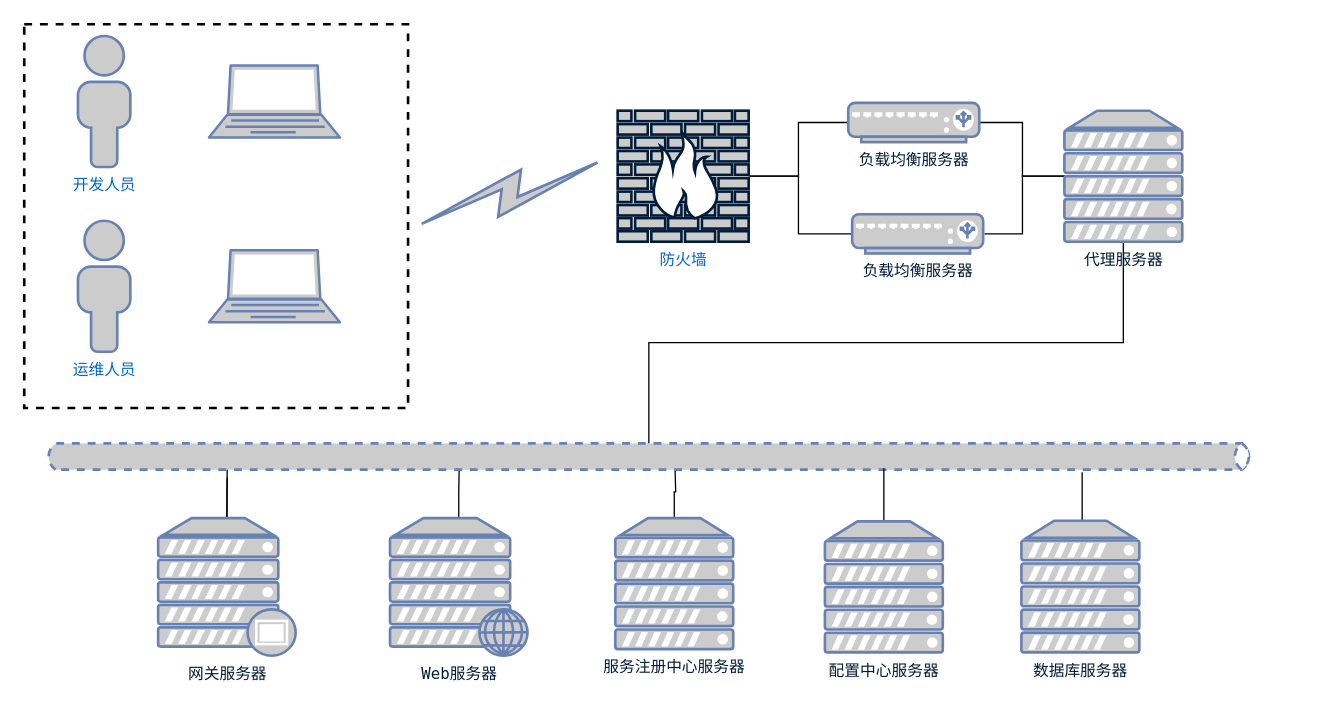
The draw.io diagram page "network" (13 of 13) of Untitled Diagram.drawio in WWj5921/ConfigCenter, before the edit. Source tidied: cells renumbered, new cells numbered last; positions are measured from the earlier drawing's top-left corner, leaving out a move shared by most shapes. Both pictures are drawn from the tidied source at 131%, with x=0, y=0 at pixel (24, 24).
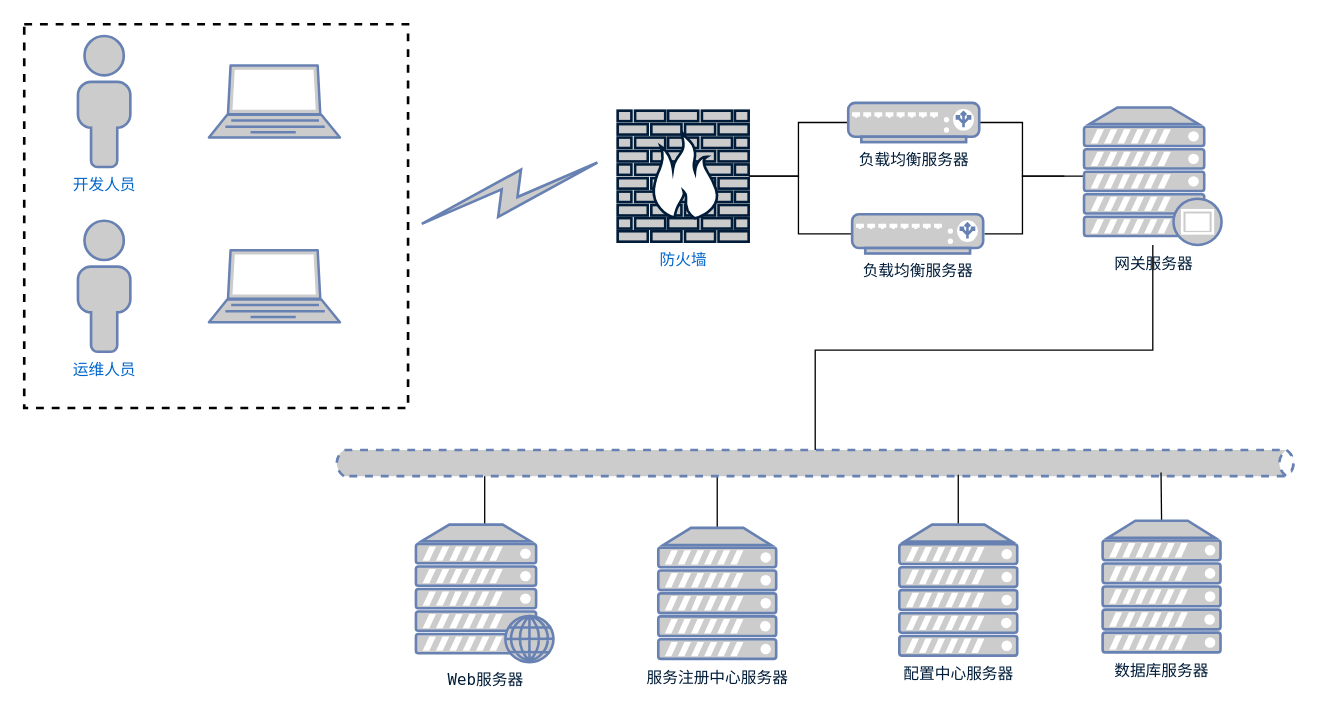
After the change.

The change refers to these unchanged cells:
```xml
<mxCell id="13" value="负载均衡服务器" style="fontColor=#001C38;verticalAlign=top;verticalLabelPosition=bottom;labelPosition=center;align=center;html=1;outlineConnect=0;fillColor=#CCCCCC;strokeColor=#6881B3;gradientColor=none;gradientDirection=north;strokeWidth=2;shape=mxgraph.networks.load_balancer;rounded=0;fontFamily=Lucida Console;" parent="1" vertex="1">
  <mxGeometry x="629" y="60" width="100" height="30" as="geometry" />
</mxCell>
```

The edit, as a diff of the source:
```diff
@@
-    <mxCell id="4" style="edgeStyle=orthogonalEdgeStyle;rounded=0;orthogonalLoop=1;jettySize=auto;html=1;exitX=0.5;exitY=0;exitDx=0;exitDy=0;exitPerimeter=0;fontFamily=Lucida Console;fontColor=#001C38;endArrow=none;endFill=0;strokeWidth=1;" parent="1" edge="1">
-      <mxGeometry relative="1" as="geometry">
-        <mxPoint x="516.2" y="377" as="sourcePoint" />
-        <mxPoint x="496.8" y="339" as="targetPoint" />
-      </mxGeometry>
-    </mxCell>
+    <mxCell id="29" style="edgeStyle=none;rounded=0;jettySize=auto;html=1;exitX=0.5;exitY=0;exitDx=0;exitDy=0;exitPerimeter=0;fontSize=18;endArrow=none;endFill=0;endSize=6;strokeWidth=1;" parent="1" edge="1" source="5" target="24">
+      <mxGeometry relative="1" as="geometry" />
+    </mxCell>
     <mxCell id="5" value="服务注册中心服务器" style="fontColor=#001C38;verticalAlign=top;verticalLabelPosition=bottom;labelPosition=center;align=center;html=1;outlineConnect=0;fillColor=#CCCCCC;strokeColor=#6881B3;gradientColor=none;gradientDirection=north;strokeWidth=2;shape=mxgraph.networks.server;rounded=0;fontFamily=Lucida Console;" parent="1" vertex="1">
-      <mxGeometry x="451.2" y="377" width="90" height="100" as="geometry" />
+      <mxGeometry x="484" y="384.5" width="90" height="100" as="geometry" />
     </mxCell>
-    <mxCell id="6" style="edgeStyle=orthogonalEdgeStyle;rounded=0;jettySize=auto;html=1;fontFamily=Lucida Console;fontColor=#001C38;endArrow=none;endFill=0;strokeWidth=1;entryX=0.343;entryY=0.7;entryDx=0;entryDy=0;entryPerimeter=0;" parent="1" edge="1" source="7" target="24">
+    <mxCell id="6" style="rounded=0;jettySize=auto;html=1;exitX=0.5;exitY=0;exitDx=0;exitDy=0;exitPerimeter=0;fontSize=18;endArrow=none;endFill=0;endSize=6;strokeWidth=1;" parent="1" edge="1" source="7" target="24">
       <mxGeometry relative="1" as="geometry" />
     </mxCell>
     <mxCell id="7" value="&lt;font color=&quot;#001c38&quot;&gt;Web服务器&lt;/font&gt;" style="fontColor=#0066CC;verticalAlign=top;verticalLabelPosition=bottom;labelPosition=center;align=center;html=1;outlineConnect=0;fillColor=#CCCCCC;strokeColor=#6881B3;gradientColor=none;gradientDirection=north;strokeWidth=2;shape=mxgraph.networks.web_server;rounded=0;fontFamily=Lucida Console;" parent="1" vertex="1">
-      <mxGeometry x="279.2" y="377" width="105" height="105" as="geometry" />
+      <mxGeometry x="299" y="382" width="105" height="105" as="geometry" />
     </mxCell>
-    <mxCell id="8" style="edgeStyle=orthogonalEdgeStyle;rounded=0;jettySize=auto;html=1;exitX=0;exitY=0.5;exitDx=0;exitDy=0;exitPerimeter=0;entryX=1;entryY=0.5;entryDx=0;entryDy=0;entryPerimeter=0;fontFamily=Lucida Console;fontColor=#001C38;endArrow=none;endFill=0;strokeWidth=1;" parent="1" edge="1" source="11" target="13">
+    <mxCell id="8" style="edgeStyle=orthogonalEdgeStyle;rounded=0;jettySize=auto;html=1;exitX=0;exitY=0.5;exitDx=0;exitDy=0;exitPerimeter=0;entryX=1;entryY=0.5;entryDx=0;entryDy=0;entryPerimeter=0;fontFamily=Lucida Console;fontColor=#001C38;endArrow=none;endFill=0;strokeWidth=1;" parent="1" edge="1" target="13">
       <mxGeometry relative="1" as="geometry">
+        <mxPoint x="794" y="116" as="sourcePoint" />
         <Array as="points">
           <mxPoint x="762" y="116" />
           <mxPoint x="762" y="75" />
         </Array>
       </mxGeometry>
     </mxCell>
-    <mxCell id="9" style="edgeStyle=orthogonalEdgeStyle;rounded=0;orthogonalLoop=1;jettySize=auto;html=1;exitX=0;exitY=0.5;exitDx=0;exitDy=0;exitPerimeter=0;entryX=1;entryY=0.5;entryDx=0;entryDy=0;entryPerimeter=0;fontFamily=Lucida Console;fontColor=#001C38;endArrow=none;endFill=0;strokeWidth=1;" parent="1" edge="1">
+    <mxCell id="9" style="edgeStyle=orthogonalEdgeStyle;rounded=0;jettySize=auto;html=1;exitX=0;exitY=0.5;exitDx=0;exitDy=0;exitPerimeter=0;entryX=1;entryY=0.5;entryDx=0;entryDy=0;entryPerimeter=0;fontFamily=Lucida Console;fontColor=#001C38;endArrow=none;endFill=0;strokeWidth=1;" parent="1" edge="1" source="16">
       <mxGeometry relative="1" as="geometry">
-        <mxPoint x="795" y="116" as="sourcePoint" />
         <mxPoint x="733" y="160" as="targetPoint" />
         <Array as="points">
           <mxPoint x="762" y="116" />
           <mxPoint x="762" y="160" />
         </Array>
       </mxGeometry>
     </mxCell>
-    <mxCell id="10" style="edgeStyle=orthogonalEdgeStyle;rounded=0;jettySize=auto;html=1;fontFamily=Lucida Console;fontColor=#001C38;endArrow=none;endFill=0;strokeWidth=1;" parent="1" edge="1" source="11" target="24">
-      <mxGeometry relative="1" as="geometry" />
-    </mxCell>
-    <mxCell id="11" value="&lt;font color=&quot;#001c38&quot;&gt;代理服务器&lt;/font&gt;" style="fontColor=#0066CC;verticalAlign=top;verticalLabelPosition=bottom;labelPosition=center;align=center;html=1;outlineConnect=0;fillColor=#CCCCCC;strokeColor=#6881B3;gradientColor=none;gradientDirection=north;strokeWidth=2;shape=mxgraph.networks.server;rounded=0;fontFamily=Lucida Console;" parent="1" vertex="1">
-      <mxGeometry x="794" y="66" width="90" height="100" as="geometry" />
-    </mxCell>
@@
-    <mxCell id="14" style="edgeStyle=orthogonalEdgeStyle;rounded=0;jettySize=auto;html=1;exitX=0.5;exitY=0;exitDx=0;exitDy=0;exitPerimeter=0;fontFamily=Lucida Console;fontColor=#001C38;endArrow=none;endFill=0;strokeWidth=1;" parent="1" edge="1" source="16">
-      <mxGeometry relative="1" as="geometry">
-        <mxPoint x="155" y="346" as="targetPoint" />
-      </mxGeometry>
-    </mxCell>
-    <mxCell id="15" style="edgeStyle=orthogonalEdgeStyle;rounded=0;jettySize=auto;html=1;entryX=0.151;entryY=0.3;entryDx=0;entryDy=0;entryPerimeter=0;fontFamily=Lucida Console;fontColor=#001C38;endArrow=none;endFill=0;strokeWidth=1;" parent="1" edge="1" source="16" target="24">
-      <mxGeometry relative="1" as="geometry" />
-    </mxCell>
-    <mxCell id="16" value="网关服务器" style="fontColor=#001C38;verticalAlign=top;verticalLabelPosition=bottom;labelPosition=center;align=center;html=1;outlineConnect=0;fillColor=#CCCCCC;strokeColor=#6881B3;gradientColor=none;gradientDirection=north;strokeWidth=2;shape=mxgraph.networks.proxy_server;rounded=0;fontFamily=Lucida Console;" parent="1" vertex="1">
-      <mxGeometry x="102.2" y="377" width="105" height="105" as="geometry" />
-    </mxCell>
@@
     <mxCell id="24" style="html=1;outlineConnect=0;fillColor=#CCCCCC;strokeColor=#6881B3;gradientColor=none;gradientDirection=north;strokeWidth=2;shape=mxgraph.networks.bus;gradientColor=none;gradientDirection=north;fontColor=#ffffff;perimeter=backbonePerimeter;backboneSize=20;rounded=0;dashed=1;fontFamily=Lucida Console;" parent="1" vertex="1">
-      <mxGeometry x="16" y="320" width="921.5" height="20" as="geometry" />
+      <mxGeometry x="236" y="329" width="735.5" height="12" as="geometry" />
     </mxCell>
@@
     <mxCell id="26" value="数据库服务器" style="fontColor=#001C38;verticalAlign=top;verticalLabelPosition=bottom;labelPosition=center;align=center;html=1;outlineConnect=0;fillColor=#CCCCCC;strokeColor=#6881B3;gradientColor=none;gradientDirection=north;strokeWidth=2;shape=mxgraph.networks.server;rounded=0;fontFamily=Lucida Console;" parent="1" vertex="1">
-      <mxGeometry x="761.2" y="379" width="90" height="100.5" as="geometry" />
+      <mxGeometry x="823.2" y="379" width="90" height="100.5" as="geometry" />
     </mxCell>
-    <mxCell id="27" style="edgeStyle=orthogonalEdgeStyle;rounded=0;jettySize=auto;html=1;exitX=0.5;exitY=0;exitDx=0;exitDy=0;exitPerimeter=0;fontFamily=Lucida Console;fontColor=#001C38;endArrow=none;endFill=0;strokeWidth=1;" parent="1" edge="1" source="28" target="24">
-      <mxGeometry relative="1" as="geometry">
-        <Array as="points">
-          <mxPoint x="656" y="360" />
-          <mxPoint x="656" y="360" />
-        </Array>
-      </mxGeometry>
+    <mxCell id="27" style="edgeStyle=none;rounded=0;jettySize=auto;html=1;exitX=0.5;exitY=0;exitDx=0;exitDy=0;exitPerimeter=0;fontSize=18;endArrow=none;endFill=0;endSize=6;strokeWidth=1;" parent="1" edge="1" source="28" target="24">
+      <mxGeometry relative="1" as="geometry" />
     </mxCell>
     <mxCell id="28" value="配置中心服务器" style="fontColor=#001C38;verticalAlign=top;verticalLabelPosition=bottom;labelPosition=center;align=center;html=1;outlineConnect=0;fillColor=#CCCCCC;strokeColor=#6881B3;gradientColor=none;gradientDirection=north;strokeWidth=2;shape=mxgraph.networks.server;rounded=0;fontFamily=Lucida Console;" parent="1" vertex="1">
-      <mxGeometry x="611.2" y="379.5" width="90" height="100" as="geometry" />
+      <mxGeometry x="668" y="382" width="90" height="100" as="geometry" />
     </mxCell>
+    <mxCell id="15" style="edgeStyle=orthogonalEdgeStyle;rounded=0;jettySize=auto;html=1;fontSize=18;endArrow=none;endFill=0;endSize=6;strokeWidth=1;" parent="1" edge="1" source="16" target="24">
+      <mxGeometry relative="1" as="geometry" />
+    </mxCell>
+    <mxCell id="16" value="网关服务器" style="fontColor=#001C38;verticalAlign=top;verticalLabelPosition=bottom;labelPosition=center;align=center;html=1;outlineConnect=0;fillColor=#CCCCCC;strokeColor=#6881B3;gradientColor=none;gradientDirection=north;strokeWidth=2;shape=mxgraph.networks.proxy_server;rounded=0;fontFamily=Lucida Console;" parent="1" vertex="1">
+      <mxGeometry x="809" y="63.5" width="105" height="105" as="geometry" />
+    </mxCell>
```
